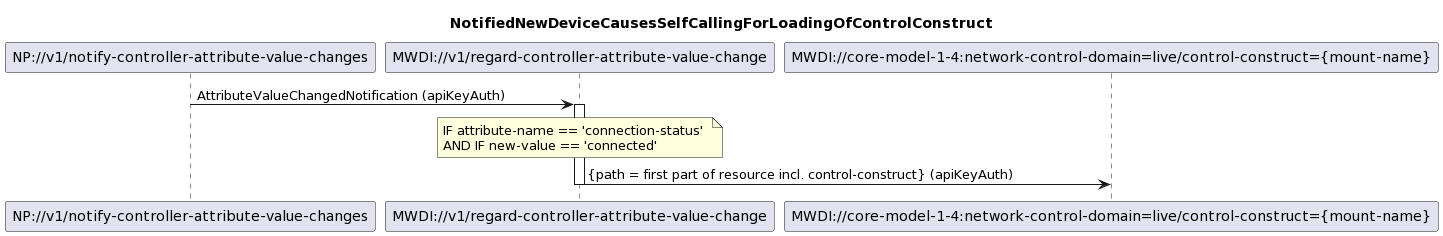
Above: spec/diagrams/020_NotificationBasedDeviceListSyncAdd.png in openBackhaul/MicroWaveDeviceInventory (PlantUML), before the change.
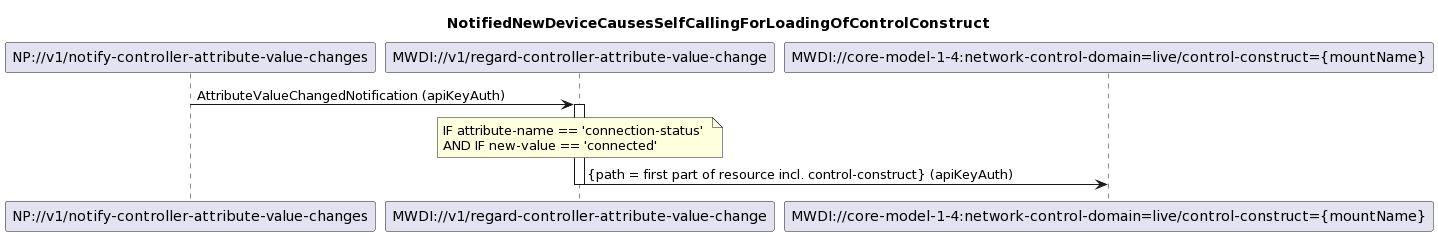
Later version of the same file.

Diff of the diagram source:
```diff
@@ -5,7 +5,7 @@
 
 participant "NP://v1/notify-controller-attribute-value-changes" as subscription
 participant "MWDI://v1/regard-controller-attribute-value-change" as regardNewDevice
-participant "MWDI://core-model-1-4:network-control-domain=live/control-construct={mount-name}" as liveControlConstruct
+participant "MWDI://core-model-1-4:network-control-domain=live/control-construct={mountName}" as liveControlConstruct
 
 subscription -> regardNewDevice: AttributeValueChangedNotification (apiKeyAuth)
 activate regardNewDevice
```
